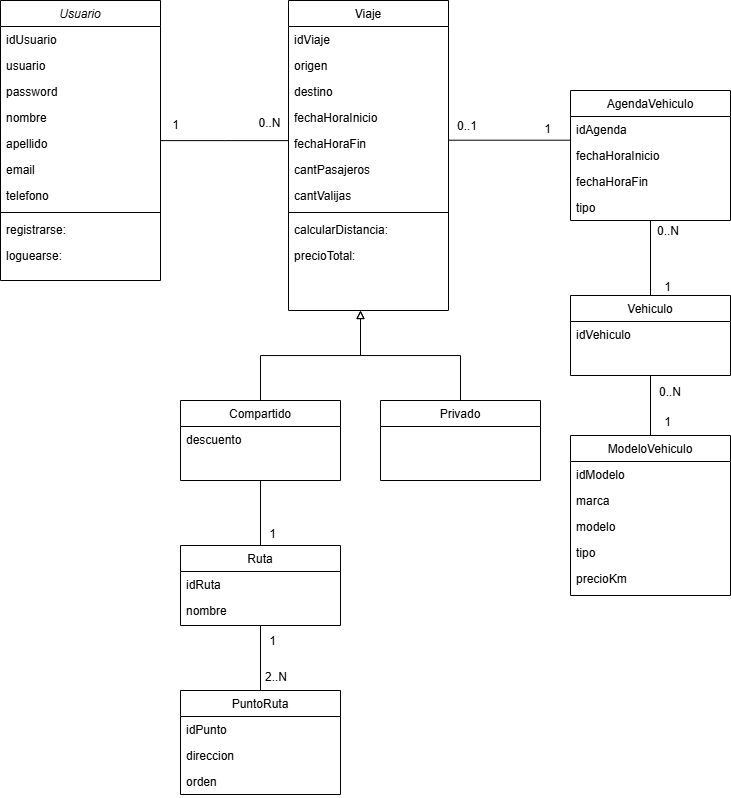
Above: TPDesarrollodeSoftware-Diagramadeclases.png in rodrigojmayer/TP-DSW-Sistema-Gestion-Tranfers (draw.io), before the change. Source tidied: cells renumbered, new cells last; positions are measured from the earlier drawing's top-left corner, leaving out a move shared by most shapes.
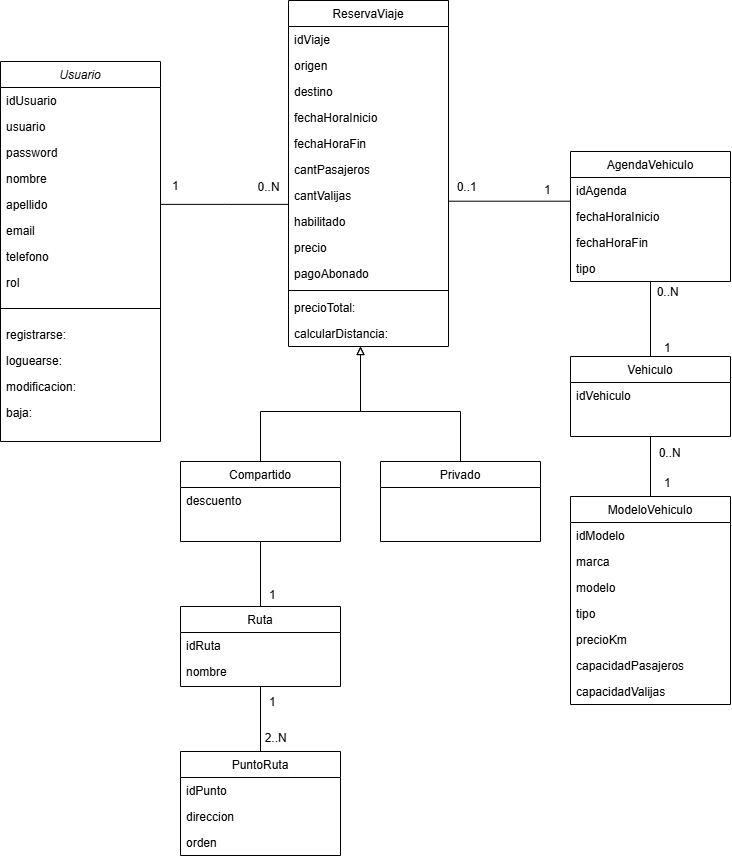
After the commit.

Commit message:
review proposal changes

The edit, as a diff of the source:
```diff
@@ -3,7 +3,7 @@
     <mxCell id="0" />
     <mxCell id="1" parent="0" />
     <mxCell id="2" value="Usuario" style="swimlane;fontStyle=2;align=center;verticalAlign=top;horizontal=1;startSize=26;rounded=0;shadow=0;strokeWidth=1;" parent="1" vertex="1">
-      <mxGeometry width="160" height="280" as="geometry" />
+      <mxGeometry width="160" height="380" as="geometry" />
     </mxCell>
     <mxCell id="3" value="idUsuario" style="text;align=left;verticalAlign=top;spacingLeft=4;spacingRight=4;overflow=hidden;" parent="2" vertex="1">
       <mxGeometry y="26" width="160" height="26" as="geometry" />
@@ -26,35 +26,43 @@
     <mxCell id="9" value="telefono" style="text;align=left;verticalAlign=top;spacingLeft=4;spacingRight=4;overflow=hidden;" parent="2" vertex="1">
       <mxGeometry y="182" width="160" height="26" as="geometry" />
     </mxCell>
+    <mxCell id="66" value="rol" style="text;align=left;verticalAlign=top;spacingLeft=4;spacingRight=4;overflow=hidden;" parent="2" vertex="1">
+      <mxGeometry y="208" width="160" height="26" as="geometry" />
+    </mxCell>
     <mxCell id="10" style="line;strokeWidth=1;fillColor=none;align=left;verticalAlign=middle;spacingTop=-1;spacingLeft=3;spacingRight=3;labelPosition=right;strokeColor=inherit;" parent="2" vertex="1">
-      <mxGeometry y="208" width="160" height="8" as="geometry" />
+      <mxGeometry y="234" width="160" height="26" as="geometry" />
     </mxCell>
     <mxCell id="11" value="registrarse:" style="text;align=left;verticalAlign=top;spacingLeft=4;spacingRight=4;overflow=hidden;" parent="2" vertex="1">
-      <mxGeometry y="216" width="160" height="26" as="geometry" />
+      <mxGeometry y="260" width="160" height="26" as="geometry" />
     </mxCell>
     <mxCell id="12" value="loguearse:" style="text;align=left;verticalAlign=top;spacingLeft=4;spacingRight=4;overflow=hidden;" parent="2" vertex="1">
-      <mxGeometry y="242" width="160" height="26" as="geometry" />
+      <mxGeometry y="286" width="160" height="26" as="geometry" />
     </mxCell>
+    <mxCell id="67" value="modificacion:" style="text;align=left;verticalAlign=top;spacingLeft=4;spacingRight=4;overflow=hidden;" parent="2" vertex="1">
+      <mxGeometry y="312" width="160" height="26" as="geometry" />
+    </mxCell>
+    <mxCell id="68" value="baja:" style="text;align=left;verticalAlign=top;spacingLeft=4;spacingRight=4;overflow=hidden;" parent="2" vertex="1">
+      <mxGeometry y="338" width="160" height="26" as="geometry" />
+    </mxCell>
     <mxCell id="13" style="edgeStyle=orthogonalEdgeStyle;rounded=0;jettySize=auto;html=1;endArrow=none;endFill=0;startArrow=block;startFill=0;" parent="1" edge="1" source="15" target="52">
       <mxGeometry relative="1" as="geometry">
         <Array as="points">
-          <mxPoint x="360" y="355" />
-          <mxPoint x="260" y="355" />
+          <mxPoint x="360" y="350" />
+          <mxPoint x="260" y="350" />
         </Array>
       </mxGeometry>
     </mxCell>
     <mxCell id="14" style="edgeStyle=orthogonalEdgeStyle;rounded=0;jettySize=auto;html=1;entryX=0.5;entryY=0;entryDx=0;entryDy=0;endArrow=none;endFill=0;startArrow=block;startFill=0;" parent="1" edge="1" target="54">
       <mxGeometry relative="1" as="geometry">
-        <mxPoint x="360" y="310" as="sourcePoint" />
+        <mxPoint x="360" y="285" as="sourcePoint" />
         <Array as="points">
-          <mxPoint x="360" y="310" />
-          <mxPoint x="360" y="355" />
-          <mxPoint x="460" y="355" />
+          <mxPoint x="360" y="350" />
+          <mxPoint x="460" y="350" />
         </Array>
       </mxGeometry>
     </mxCell>
-    <mxCell id="15" value="Viaje" style="swimlane;fontStyle=0;align=center;verticalAlign=top;horizontal=1;startSize=26;rounded=0;shadow=0;strokeWidth=1;" parent="1" vertex="1">
-      <mxGeometry x="288" width="160" height="310" as="geometry" />
+    <mxCell id="15" value="ReservaViaje" style="swimlane;fontStyle=0;align=center;verticalAlign=top;horizontal=1;startSize=26;rounded=0;shadow=0;strokeWidth=1;" parent="1" vertex="1">
+      <mxGeometry x="288" y="-61" width="160" height="346" as="geometry" />
     </mxCell>
     <mxCell id="16" value="idViaje" style="text;align=left;verticalAlign=top;spacingLeft=4;spacingRight=4;overflow=hidden;" parent="15" vertex="1">
       <mxGeometry y="26" width="160" height="26" as="geometry" />
@@ -77,15 +85,24 @@
     <mxCell id="22" value="cantValijas" style="text;align=left;verticalAlign=top;spacingLeft=4;spacingRight=4;overflow=hidden;rounded=0;shadow=0;html=0;" parent="15" vertex="1">
       <mxGeometry y="182" width="160" height="26" as="geometry" />
     </mxCell>
+    <mxCell id="69" value="habilitado" style="text;align=left;verticalAlign=top;spacingLeft=4;spacingRight=4;overflow=hidden;rounded=0;shadow=0;html=0;" parent="15" vertex="1">
+      <mxGeometry y="208" width="160" height="26" as="geometry" />
+    </mxCell>
+    <mxCell id="70" value="precio" style="text;align=left;verticalAlign=top;spacingLeft=4;spacingRight=4;overflow=hidden;rounded=0;shadow=0;html=0;" parent="15" vertex="1">
+      <mxGeometry y="234" width="160" height="26" as="geometry" />
+    </mxCell>
+    <mxCell id="71" value="pagoAbonado" style="text;align=left;verticalAlign=top;spacingLeft=4;spacingRight=4;overflow=hidden;rounded=0;shadow=0;html=0;" parent="15" vertex="1">
+      <mxGeometry y="260" width="160" height="26" as="geometry" />
+    </mxCell>
     <mxCell id="23" style="line;strokeWidth=1;fillColor=none;align=left;verticalAlign=middle;spacingTop=-1;spacingLeft=3;spacingRight=3;labelPosition=right;strokeColor=inherit;" parent="15" vertex="1">
-      <mxGeometry y="208" width="160" height="8" as="geometry" />
+      <mxGeometry y="286" width="160" height="8" as="geometry" />
     </mxCell>
+    <mxCell id="25" value="precioTotal:" style="text;align=left;verticalAlign=top;spacingLeft=4;spacingRight=4;overflow=hidden;rounded=0;shadow=0;html=0;" parent="15" vertex="1">
+      <mxGeometry y="294" width="160" height="26" as="geometry" />
+    </mxCell>
     <mxCell id="24" value="calcularDistancia:" style="text;align=left;verticalAlign=top;spacingLeft=4;spacingRight=4;overflow=hidden;rounded=0;shadow=0;html=0;" parent="15" vertex="1">
-      <mxGeometry y="216" width="160" height="26" as="geometry" />
+      <mxGeometry y="320" width="160" height="26" as="geometry" />
     </mxCell>
-    <mxCell id="25" value="precioTotal:" style="text;align=left;verticalAlign=top;spacingLeft=4;spacingRight=4;overflow=hidden;rounded=0;shadow=0;html=0;" parent="15" vertex="1">
-      <mxGeometry y="242" width="160" height="26" as="geometry" />
-    </mxCell>
     <mxCell id="26" style="endArrow=none;shadow=0;strokeWidth=1;rounded=0;curved=0;endFill=0;edgeStyle=elbowEdgeStyle;elbow=vertical;" parent="1" edge="1" source="2" target="15">
       <mxGeometry x="0.5" y="41" relative="1" as="geometry">
         <mxPoint x="-40" y="32" as="offset" />
@@ -97,7 +114,7 @@
       </mxGeometry>
     </mxCell>
     <mxCell id="28" value="ModeloVehiculo" style="swimlane;fontStyle=0;align=center;verticalAlign=top;horizontal=1;startSize=26;rounded=0;shadow=0;strokeWidth=1;" parent="1" vertex="1">
-      <mxGeometry x="570" y="435" width="160" height="160" as="geometry" />
+      <mxGeometry x="570" y="435" width="160" height="208" as="geometry" />
     </mxCell>
     <mxCell id="29" value="idModelo" style="text;align=left;verticalAlign=top;spacingLeft=4;spacingRight=4;overflow=hidden;" parent="28" vertex="1">
       <mxGeometry y="26" width="160" height="26" as="geometry" />
@@ -114,6 +131,12 @@
     <mxCell id="33" value="precioKm" style="text;align=left;verticalAlign=top;spacingLeft=4;spacingRight=4;overflow=hidden;rounded=0;shadow=0;html=0;" parent="28" vertex="1">
       <mxGeometry y="130" width="160" height="26" as="geometry" />
     </mxCell>
+    <mxCell id="72" value="capacidadPasajeros" style="text;align=left;verticalAlign=top;spacingLeft=4;spacingRight=4;overflow=hidden;rounded=0;shadow=0;html=0;" parent="28" vertex="1">
+      <mxGeometry y="156" width="160" height="26" as="geometry" />
+    </mxCell>
+    <mxCell id="73" value="capacidadValijas" style="text;align=left;verticalAlign=top;spacingLeft=4;spacingRight=4;overflow=hidden;rounded=0;shadow=0;html=0;" parent="28" vertex="1">
+      <mxGeometry y="182" width="160" height="26" as="geometry" />
+    </mxCell>
     <mxCell id="34" style="edgeStyle=orthogonalEdgeStyle;rounded=0;jettySize=auto;html=1;exitX=0.5;exitY=1;exitDx=0;exitDy=0;endArrow=none;endFill=0;" parent="1" edge="1" source="36" target="28">
       <mxGeometry relative="1" as="geometry" />
     </mxCell>
```
